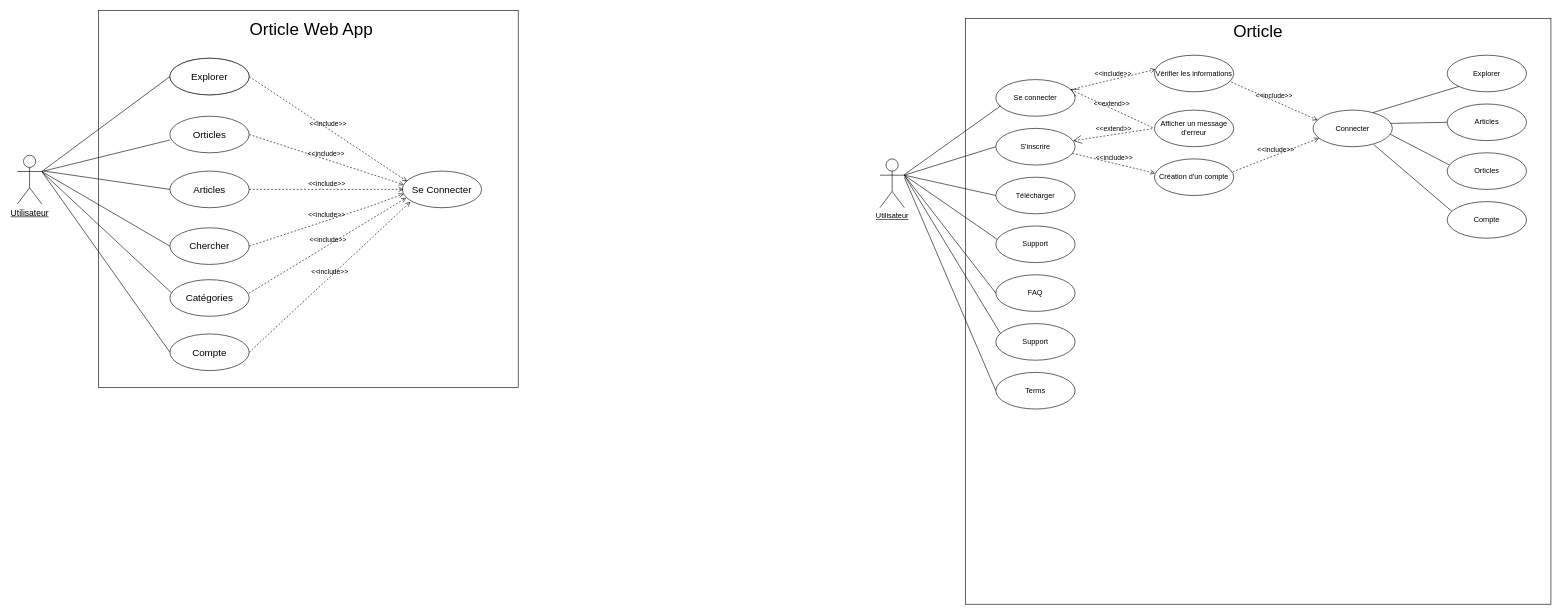
Oth-mane1/Orticle keeps this draw.io diagram as page "Page-1" (1 of 2) of Analyses/useCase.drawio. Above is the earlier version. Source tidied: cells renumbered, new cells numbered last; positions are measured from the earlier drawing's top-left corner, leaving out a move shared by most shapes. Both pictures are drawn from the tidied source at 61%, with x=0, y=0 at pixel (17, 10).
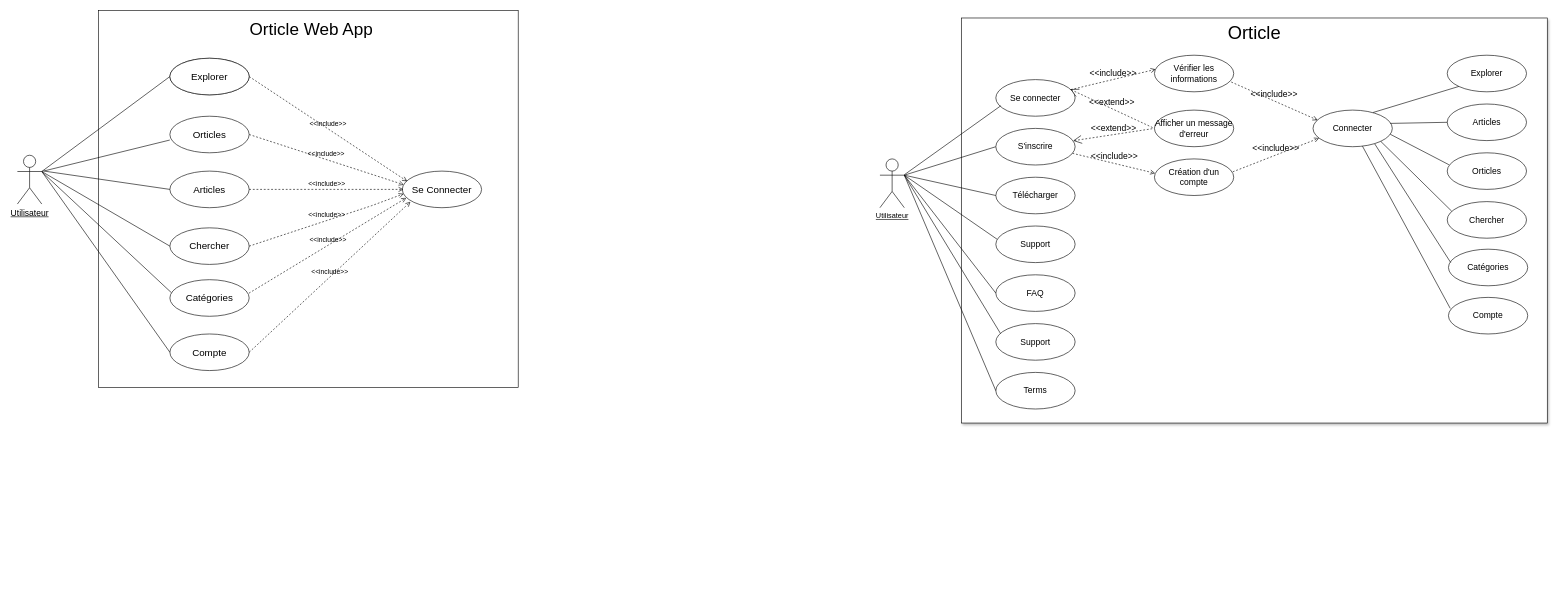
The same page after the edit.

Commit message:
Modification du diagramme de cas d'utilisation

The change refers to these unchanged cells:
```xml
<mxCell id="4" value="&lt;u&gt;Utilisateur&lt;/u&gt;" style="shape=umlActor;verticalLabelPosition=bottom;verticalAlign=top;html=1;outlineConnect=0;" parent="1" vertex="1">
  <mxGeometry x="1414" y="243" width="40" height="80" as="geometry" />
</mxCell>
```

Change to the diagram source:
```diff
@@
-    <mxCell id="2" style="whiteSpace=wrap;html=1;" parent="1" vertex="1">
-      <mxGeometry x="1554" y="13" width="960" height="960" as="geometry" />
+    <mxCell id="2" style="whiteSpace=wrap;html=1;shadow=1;" parent="1" vertex="1">
+      <mxGeometry x="1548" y="12" width="960" height="664" as="geometry" />
     </mxCell>
-    <mxCell id="3" value="&lt;font style=&quot;font-size: 28px&quot;&gt;Orticle&lt;/font&gt;" style="text;html=1;strokeColor=none;fillColor=none;align=center;verticalAlign=middle;whiteSpace=wrap;rounded=0;" parent="1" vertex="1">
-      <mxGeometry x="2014" y="23" width="40" height="20" as="geometry" />
+    <mxCell id="3" value="&lt;font style=&quot;font-size: 30px&quot;&gt;Orticle&lt;/font&gt;" style="text;html=1;strokeColor=none;fillColor=none;align=center;verticalAlign=middle;whiteSpace=wrap;rounded=0;" parent="1" vertex="1">
+      <mxGeometry x="2008" y="26" width="40" height="20" as="geometry" />
     </mxCell>
@@
-    <mxCell id="6" value="&amp;lt;&amp;lt;extend&amp;gt;&amp;gt;" style="edgeStyle=none;html=1;startArrow=open;endArrow=none;startSize=12;verticalAlign=bottom;dashed=1;labelBackgroundColor=none;entryX=0;entryY=0.5;entryDx=0;entryDy=0;exitX=0.935;exitY=0.263;exitDx=0;exitDy=0;exitPerimeter=0;" parent="1" edge="1" source="10" target="13">
+    <mxCell id="6" value="&amp;lt;&amp;lt;extend&amp;gt;&amp;gt;" style="edgeStyle=none;html=1;startArrow=open;endArrow=none;startSize=12;verticalAlign=bottom;dashed=1;labelBackgroundColor=none;entryX=0;entryY=0.5;entryDx=0;entryDy=0;exitX=0.935;exitY=0.263;exitDx=0;exitDy=0;exitPerimeter=0;fontSize=14;" parent="1" edge="1" source="10" target="13">
       <mxGeometry relative="1" as="geometry" />
     </mxCell>
-    <mxCell id="7" value="&amp;lt;&amp;lt;include&amp;gt;&amp;gt;" style="edgeStyle=none;html=1;endArrow=open;verticalAlign=bottom;dashed=1;labelBackgroundColor=none;entryX=0.015;entryY=0.387;entryDx=0;entryDy=0;entryPerimeter=0;" parent="1" edge="1" source="10" target="14">
+    <mxCell id="7" value="&amp;lt;&amp;lt;include&amp;gt;&amp;gt;" style="edgeStyle=none;html=1;endArrow=open;verticalAlign=bottom;dashed=1;labelBackgroundColor=none;entryX=0.015;entryY=0.387;entryDx=0;entryDy=0;entryPerimeter=0;fontSize=14;" parent="1" edge="1" source="10" target="14">
       <mxGeometry relative="1" as="geometry" />
     </mxCell>
-    <mxCell id="8" value="&amp;lt;&amp;lt;include&amp;gt;&amp;gt;" style="edgeStyle=none;html=1;endArrow=open;verticalAlign=bottom;dashed=1;labelBackgroundColor=none;entryX=0.009;entryY=0.393;entryDx=0;entryDy=0;exitX=0.966;exitY=0.68;exitDx=0;exitDy=0;exitPerimeter=0;entryPerimeter=0;" parent="1" edge="1" source="11" target="12">
+    <mxCell id="8" value="&amp;lt;&amp;lt;include&amp;gt;&amp;gt;" style="edgeStyle=none;html=1;endArrow=open;verticalAlign=bottom;dashed=1;labelBackgroundColor=none;entryX=0.009;entryY=0.393;entryDx=0;entryDy=0;exitX=0.966;exitY=0.68;exitDx=0;exitDy=0;exitPerimeter=0;entryPerimeter=0;fontSize=14;" parent="1" edge="1" source="11" target="12">
       <mxGeometry relative="1" as="geometry" />
     </mxCell>
-    <mxCell id="9" value="&amp;lt;&amp;lt;extend&amp;gt;&amp;gt;" style="edgeStyle=none;html=1;startArrow=open;endArrow=none;startSize=12;verticalAlign=bottom;dashed=1;labelBackgroundColor=none;exitX=0.975;exitY=0.337;exitDx=0;exitDy=0;exitPerimeter=0;" parent="1" edge="1" source="11">
+    <mxCell id="9" value="&amp;lt;&amp;lt;extend&amp;gt;&amp;gt;" style="edgeStyle=none;html=1;startArrow=open;endArrow=none;startSize=12;verticalAlign=bottom;dashed=1;labelBackgroundColor=none;exitX=0.975;exitY=0.337;exitDx=0;exitDy=0;exitPerimeter=0;fontSize=14;" parent="1" edge="1" source="11">
       <mxGeometry relative="1" as="geometry">
         <mxPoint x="1864" y="193" as="targetPoint" />
       </mxGeometry>
     </mxCell>
-    <mxCell id="10" value="Se connecter" style="ellipse;whiteSpace=wrap;html=1;" parent="1" vertex="1">
+    <mxCell id="10" value="Se connecter" style="ellipse;whiteSpace=wrap;html=1;fontSize=14;" parent="1" vertex="1">
       <mxGeometry x="1604" y="113" width="130" height="60" as="geometry" />
     </mxCell>
-    <mxCell id="11" value="S'inscrire" style="ellipse;whiteSpace=wrap;html=1;" parent="1" vertex="1">
+    <mxCell id="11" value="S'inscrire" style="ellipse;whiteSpace=wrap;html=1;fontSize=14;" parent="1" vertex="1">
       <mxGeometry x="1604" y="193" width="130" height="60" as="geometry" />
     </mxCell>
-    <mxCell id="12" value="Création d'un compte" style="ellipse;whiteSpace=wrap;html=1;" parent="1" vertex="1">
+    <mxCell id="12" value="Création d'un compte" style="ellipse;whiteSpace=wrap;html=1;fontSize=14;" parent="1" vertex="1">
       <mxGeometry x="1864" y="243" width="130" height="60" as="geometry" />
     </mxCell>
-    <mxCell id="13" value="Afficher un message d'erreur" style="ellipse;whiteSpace=wrap;html=1;" parent="1" vertex="1">
+    <mxCell id="13" value="Afficher un message d'erreur" style="ellipse;whiteSpace=wrap;html=1;fontSize=14;" parent="1" vertex="1">
       <mxGeometry x="1864" y="163" width="130" height="60" as="geometry" />
     </mxCell>
-    <mxCell id="14" value="Vérifier les informations" style="ellipse;whiteSpace=wrap;html=1;" parent="1" vertex="1">
+    <mxCell id="14" value="Vérifier les informations" style="ellipse;whiteSpace=wrap;html=1;fontSize=14;" parent="1" vertex="1">
       <mxGeometry x="1864" y="73" width="130" height="60" as="geometry" />
     </mxCell>
-    <mxCell id="15" value="Télécharger" style="ellipse;whiteSpace=wrap;html=1;" parent="1" vertex="1">
+    <mxCell id="15" value="Télécharger" style="ellipse;whiteSpace=wrap;html=1;fontSize=14;" parent="1" vertex="1">
       <mxGeometry x="1604" y="273" width="130" height="60" as="geometry" />
     </mxCell>
-    <mxCell id="16" value="Support" style="ellipse;whiteSpace=wrap;html=1;" parent="1" vertex="1">
+    <mxCell id="16" value="Support" style="ellipse;whiteSpace=wrap;html=1;fontSize=14;" parent="1" vertex="1">
       <mxGeometry x="1604" y="353" width="130" height="60" as="geometry" />
     </mxCell>
-    <mxCell id="17" style="endArrow=none;html=1;" parent="1" edge="1" source="4">
+    <mxCell id="17" style="endArrow=none;html=1;" parent="1" edge="1">
       <mxGeometry relative="1" as="geometry">
+        <mxPoint x="1454" y="269" as="sourcePoint" />
         <mxPoint x="1612" y="156" as="targetPoint" />
       </mxGeometry>
     </mxCell>
-    <mxCell id="18" value="FAQ" style="ellipse;whiteSpace=wrap;html=1;" parent="1" vertex="1">
+    <mxCell id="18" value="FAQ" style="ellipse;whiteSpace=wrap;html=1;fontSize=14;" parent="1" vertex="1">
       <mxGeometry x="1604" y="433" width="130" height="60" as="geometry" />
     </mxCell>
-    <mxCell id="19" value="Support" style="ellipse;whiteSpace=wrap;html=1;" parent="1" vertex="1">
+    <mxCell id="19" value="Support" style="ellipse;whiteSpace=wrap;html=1;fontSize=14;" parent="1" vertex="1">
       <mxGeometry x="1604" y="513" width="130" height="60" as="geometry" />
     </mxCell>
@@
-    <mxCell id="24" value="Terms" style="ellipse;whiteSpace=wrap;html=1;" parent="1" vertex="1">
+    <mxCell id="24" value="Terms" style="ellipse;whiteSpace=wrap;html=1;fontSize=14;" parent="1" vertex="1">
       <mxGeometry x="1604" y="593" width="130" height="60" as="geometry" />
     </mxCell>
-    <mxCell id="25" style="endArrow=none;html=1;exitX=0;exitY=0.5;exitDx=0;exitDy=0;" parent="1" edge="1" source="24">
-      <mxGeometry relative="1" as="geometry">
-        <mxPoint x="1454" y="273" as="targetPoint" />
-      </mxGeometry>
+    <mxCell id="25" style="endArrow=none;html=1;exitX=0;exitY=0.5;exitDx=0;exitDy=0;entryX=1;entryY=0.3333333333333333;entryDx=0;entryDy=0;entryPerimeter=0;" parent="1" edge="1" source="24" target="4">
+      <mxGeometry relative="1" as="geometry" />
     </mxCell>
-    <mxCell id="26" value="Connecter" style="ellipse;whiteSpace=wrap;html=1;" parent="1" vertex="1">
+    <mxCell id="26" value="Connecter" style="ellipse;whiteSpace=wrap;html=1;fontSize=14;" parent="1" vertex="1">
       <mxGeometry x="2124" y="163" width="130" height="60" as="geometry" />
     </mxCell>
-    <mxCell id="27" value="&amp;lt;&amp;lt;include&amp;gt;&amp;gt;" style="edgeStyle=none;html=1;endArrow=open;verticalAlign=bottom;dashed=1;labelBackgroundColor=none;entryX=0.058;entryY=0.273;entryDx=0;entryDy=0;entryPerimeter=0;exitX=0.969;exitY=0.733;exitDx=0;exitDy=0;exitPerimeter=0;" parent="1" edge="1" source="14" target="26">
+    <mxCell id="27" value="&amp;lt;&amp;lt;include&amp;gt;&amp;gt;" style="edgeStyle=none;html=1;endArrow=open;verticalAlign=bottom;dashed=1;labelBackgroundColor=none;entryX=0.058;entryY=0.273;entryDx=0;entryDy=0;entryPerimeter=0;exitX=0.969;exitY=0.733;exitDx=0;exitDy=0;exitPerimeter=0;fontSize=14;" parent="1" edge="1" source="14" target="26">
       <mxGeometry relative="1" as="geometry" />
     </mxCell>
-    <mxCell id="28" value="&amp;lt;&amp;lt;include&amp;gt;&amp;gt;" style="edgeStyle=none;html=1;endArrow=open;verticalAlign=bottom;dashed=1;labelBackgroundColor=none;entryX=0.077;entryY=0.767;entryDx=0;entryDy=0;entryPerimeter=0;exitX=0.988;exitY=0.353;exitDx=0;exitDy=0;exitPerimeter=0;" parent="1" edge="1" source="12" target="26">
+    <mxCell id="28" value="&amp;lt;&amp;lt;include&amp;gt;&amp;gt;" style="edgeStyle=none;html=1;endArrow=open;verticalAlign=bottom;dashed=1;labelBackgroundColor=none;entryX=0.077;entryY=0.767;entryDx=0;entryDy=0;entryPerimeter=0;exitX=0.988;exitY=0.353;exitDx=0;exitDy=0;exitPerimeter=0;fontSize=14;" parent="1" edge="1" source="12" target="26">
       <mxGeometry relative="1" as="geometry" />
     </mxCell>
-    <mxCell id="29" value="Explorer" style="ellipse;whiteSpace=wrap;html=1;" parent="1" vertex="1">
+    <mxCell id="29" value="Explorer" style="ellipse;whiteSpace=wrap;html=1;fontSize=14;" parent="1" vertex="1">
       <mxGeometry x="2344" y="73" width="130" height="60" as="geometry" />
     </mxCell>
-    <mxCell id="30" value="Articles" style="ellipse;whiteSpace=wrap;html=1;" parent="1" vertex="1">
+    <mxCell id="30" value="Articles" style="ellipse;whiteSpace=wrap;html=1;fontSize=14;" parent="1" vertex="1">
       <mxGeometry x="2344" y="153" width="130" height="60" as="geometry" />
     </mxCell>
-    <mxCell id="31" value="Orticles" style="ellipse;whiteSpace=wrap;html=1;" parent="1" vertex="1">
+    <mxCell id="31" value="Orticles" style="ellipse;whiteSpace=wrap;html=1;fontSize=14;" parent="1" vertex="1">
       <mxGeometry x="2344" y="233" width="130" height="60" as="geometry" />
     </mxCell>
-    <mxCell id="32" style="endArrow=none;html=1;entryX=0;entryY=1;entryDx=0;entryDy=0;exitX=0.758;exitY=0.065;exitDx=0;exitDy=0;exitPerimeter=0;" parent="1" edge="1" source="26" target="29">
+    <mxCell id="32" style="endArrow=none;html=1;entryX=0;entryY=1;entryDx=0;entryDy=0;exitX=0.758;exitY=0.065;exitDx=0;exitDy=0;exitPerimeter=0;fontSize=14;" parent="1" edge="1" source="26" target="29">
       <mxGeometry relative="1" as="geometry" />
     </mxCell>
-    <mxCell id="33" style="endArrow=none;html=1;exitX=0;exitY=0.5;exitDx=0;exitDy=0;entryX=0.975;entryY=0.363;entryDx=0;entryDy=0;entryPerimeter=0;" parent="1" edge="1" source="30" target="26">
+    <mxCell id="33" style="endArrow=none;html=1;exitX=0;exitY=0.5;exitDx=0;exitDy=0;entryX=0.975;entryY=0.363;entryDx=0;entryDy=0;entryPerimeter=0;fontSize=14;" parent="1" edge="1" source="30" target="26">
       <mxGeometry relative="1" as="geometry" />
     </mxCell>
-    <mxCell id="34" style="endArrow=none;html=1;entryX=0.975;entryY=0.661;entryDx=0;entryDy=0;entryPerimeter=0;exitX=0.021;exitY=0.325;exitDx=0;exitDy=0;exitPerimeter=0;" parent="1" edge="1" source="31" target="26">
+    <mxCell id="34" style="endArrow=none;html=1;entryX=0.975;entryY=0.661;entryDx=0;entryDy=0;entryPerimeter=0;exitX=0.021;exitY=0.325;exitDx=0;exitDy=0;exitPerimeter=0;fontSize=14;" parent="1" edge="1" source="31" target="26">
       <mxGeometry relative="1" as="geometry" />
     </mxCell>
-    <mxCell id="35" value="Compte" style="ellipse;whiteSpace=wrap;html=1;" parent="1" vertex="1">
+    <mxCell id="35" value="Chercher" style="ellipse;whiteSpace=wrap;html=1;fontSize=14;" parent="1" vertex="1">
       <mxGeometry x="2344" y="313" width="130" height="60" as="geometry" />
     </mxCell>
-    <mxCell id="36" style="endArrow=none;html=1;entryX=0.764;entryY=0.939;entryDx=0;entryDy=0;exitX=0.056;exitY=0.261;exitDx=0;exitDy=0;entryPerimeter=0;exitPerimeter=0;" parent="1" edge="1" source="35" target="26">
+    <mxCell id="36" style="endArrow=none;html=1;exitX=0.056;exitY=0.261;exitDx=0;exitDy=0;exitPerimeter=0;entryX=1;entryY=1;entryDx=0;entryDy=0;fontSize=14;" parent="1" edge="1" source="35" target="26">
       <mxGeometry relative="1" as="geometry" />
     </mxCell>
@@
+    <mxCell id="60" value="Catégories" style="ellipse;whiteSpace=wrap;html=1;fontSize=14;" parent="1" vertex="1">
+      <mxGeometry x="2346" y="391" width="130" height="60" as="geometry" />
+    </mxCell>
+    <mxCell id="61" value="Compte" style="ellipse;whiteSpace=wrap;html=1;fontSize=14;" parent="1" vertex="1">
+      <mxGeometry x="2346" y="470" width="130" height="60" as="geometry" />
+    </mxCell>
+    <mxCell id="62" style="endArrow=none;html=1;exitX=0.028;exitY=0.364;exitDx=0;exitDy=0;exitPerimeter=0;entryX=0.777;entryY=0.919;entryDx=0;entryDy=0;entryPerimeter=0;fontSize=14;" parent="1" edge="1" source="60" target="26">
+      <mxGeometry relative="1" as="geometry" />
+    </mxCell>
+    <mxCell id="63" style="endArrow=none;html=1;exitX=0.023;exitY=0.303;exitDx=0;exitDy=0;exitPerimeter=0;fontSize=14;" parent="1" edge="1" source="61">
+      <mxGeometry relative="1" as="geometry">
+        <mxPoint x="2205" y="222" as="targetPoint" />
+      </mxGeometry>
+    </mxCell>
```
